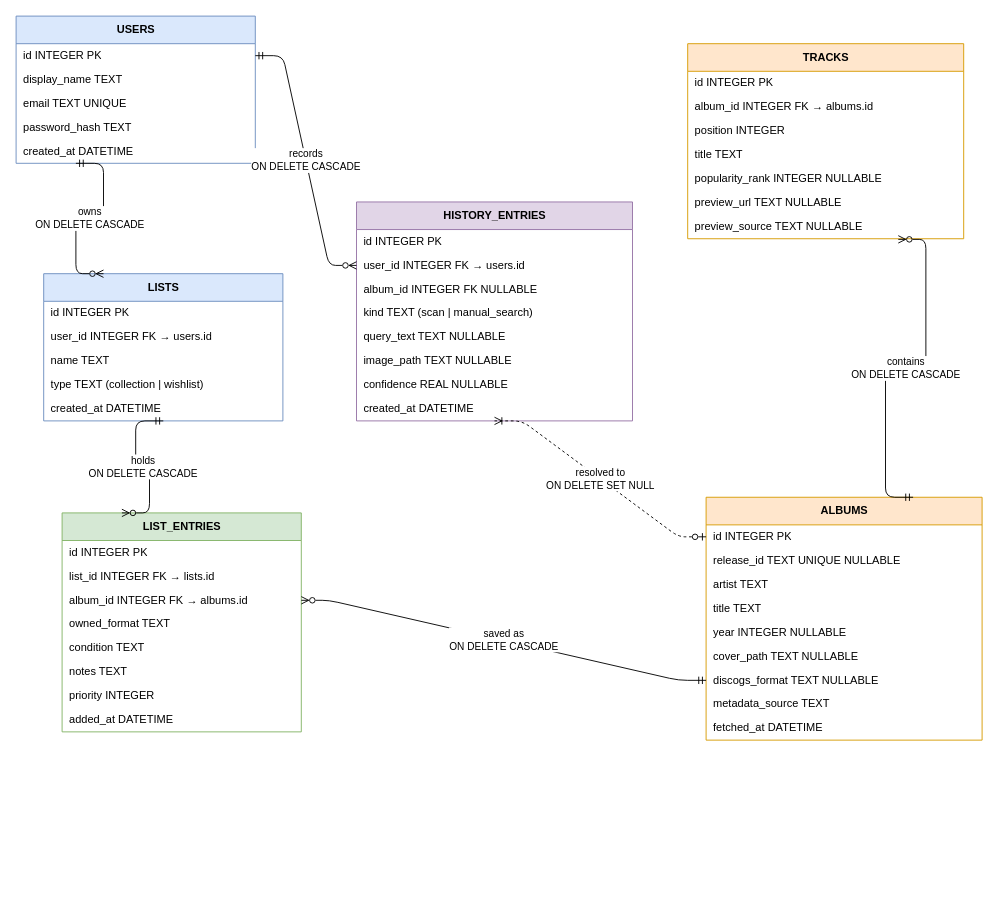
Before: docs/jamscan_ERdiagram.drawio in emrecandir9/JamScan, a draw.io diagram. Source tidied: cells renumbered, new cells numbered last; positions are measured from the earlier drawing's top-left corner, leaving out a move shared by most shapes. Both pictures are drawn from the tidied source at 92%, with x=0, y=0 at pixel (16, 16).
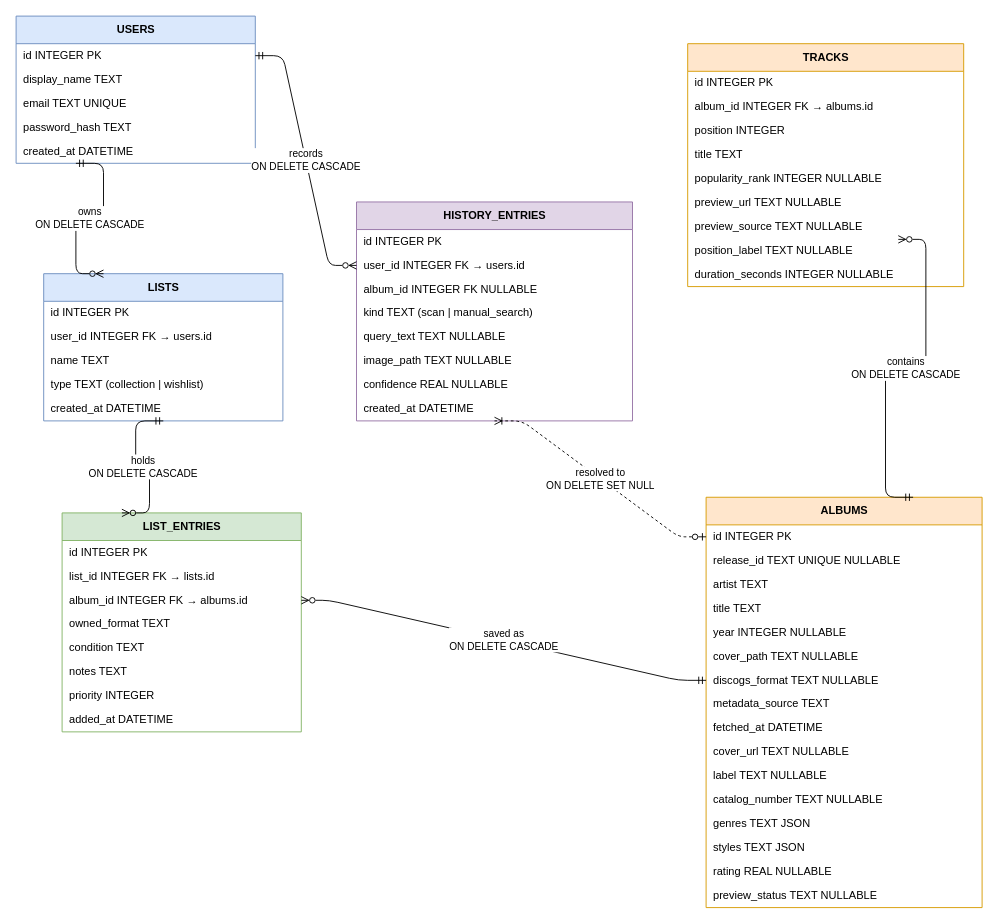
Above is the later version.

What changed in the source:
```diff
@@
     <mxCell id="23" value="ALBUMS" style="swimlane;fontStyle=1;horizontal=1;startSize=30;html=1;fillColor=#ffe6cc;strokeColor=#d79b00;" parent="1" vertex="1">
-      <mxGeometry x="750" y="523" width="300" height="264" as="geometry" />
+      <mxGeometry x="750" y="523" width="300" height="446" as="geometry" />
     </mxCell>
@@
+    <mxCell id="56" value="cover_url  TEXT  NULLABLE" style="text;strokeColor=none;fillColor=none;align=left;verticalAlign=middle;spacingLeft=6;spacingRight=6;overflow=hidden;rounded=0;html=1;" parent="23" vertex="1">
+      <mxGeometry y="264" width="300" height="26" as="geometry" />
+    </mxCell>
+    <mxCell id="57" value="label  TEXT  NULLABLE" style="text;strokeColor=none;fillColor=none;align=left;verticalAlign=middle;spacingLeft=6;spacingRight=6;overflow=hidden;rounded=0;html=1;" parent="23" vertex="1">
+      <mxGeometry y="290" width="300" height="26" as="geometry" />
+    </mxCell>
+    <mxCell id="58" value="catalog_number  TEXT  NULLABLE" style="text;strokeColor=none;fillColor=none;align=left;verticalAlign=middle;spacingLeft=6;spacingRight=6;overflow=hidden;rounded=0;html=1;" parent="23" vertex="1">
+      <mxGeometry y="316" width="300" height="26" as="geometry" />
+    </mxCell>
+    <mxCell id="59" value="genres  TEXT  JSON" style="text;strokeColor=none;fillColor=none;align=left;verticalAlign=middle;spacingLeft=6;spacingRight=6;overflow=hidden;rounded=0;html=1;" parent="23" vertex="1">
+      <mxGeometry y="342" width="300" height="26" as="geometry" />
+    </mxCell>
+    <mxCell id="60" value="styles  TEXT  JSON" style="text;strokeColor=none;fillColor=none;align=left;verticalAlign=middle;spacingLeft=6;spacingRight=6;overflow=hidden;rounded=0;html=1;" parent="23" vertex="1">
+      <mxGeometry y="368" width="300" height="26" as="geometry" />
+    </mxCell>
+    <mxCell id="61" value="rating  REAL  NULLABLE" style="text;strokeColor=none;fillColor=none;align=left;verticalAlign=middle;spacingLeft=6;spacingRight=6;overflow=hidden;rounded=0;html=1;" parent="23" vertex="1">
+      <mxGeometry y="394" width="300" height="26" as="geometry" />
+    </mxCell>
+    <mxCell id="62" value="preview_status  TEXT  NULLABLE" style="text;strokeColor=none;fillColor=none;align=left;verticalAlign=middle;spacingLeft=6;spacingRight=6;overflow=hidden;rounded=0;html=1;" parent="23" vertex="1">
+      <mxGeometry y="420" width="300" height="26" as="geometry" />
+    </mxCell>
     <mxCell id="33" value="TRACKS" style="swimlane;fontStyle=1;horizontal=1;startSize=30;html=1;fillColor=#ffe6cc;strokeColor=#d79b00;" parent="1" vertex="1">
-      <mxGeometry x="730" y="30" width="300" height="212" as="geometry" />
+      <mxGeometry x="730" y="30" width="300" height="264" as="geometry" />
     </mxCell>
@@
+    <mxCell id="63" value="position_label  TEXT  NULLABLE" style="text;strokeColor=none;fillColor=none;align=left;verticalAlign=middle;spacingLeft=6;spacingRight=6;overflow=hidden;rounded=0;html=1;" parent="33" vertex="1">
+      <mxGeometry y="212" width="300" height="26" as="geometry" />
+    </mxCell>
+    <mxCell id="64" value="duration_seconds  INTEGER  NULLABLE" style="text;strokeColor=none;fillColor=none;align=left;verticalAlign=middle;spacingLeft=6;spacingRight=6;overflow=hidden;rounded=0;html=1;" parent="33" vertex="1">
+      <mxGeometry y="238" width="300" height="26" as="geometry" />
+    </mxCell>
```
